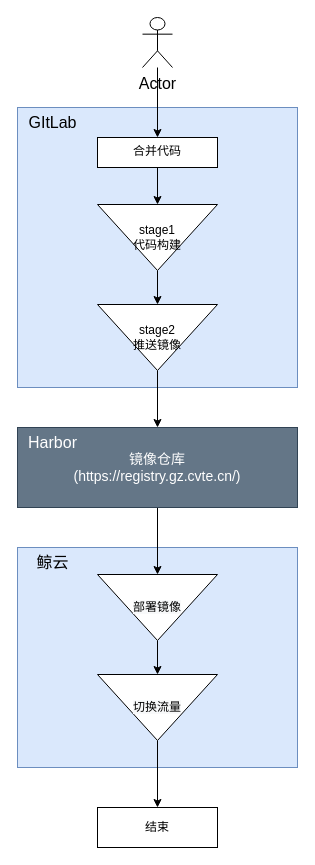
This is Untitled Diagram.drawio from SikyChen/diagrams, a draw.io file, before an edit. Source tidied: cells renumbered, new cells numbered last; positions are measured from the earlier drawing's top-left corner, leaving out a move shared by most shapes. Both pictures are drawn from the tidied source at 100%, with x=0, y=0 at pixel (17, 17).
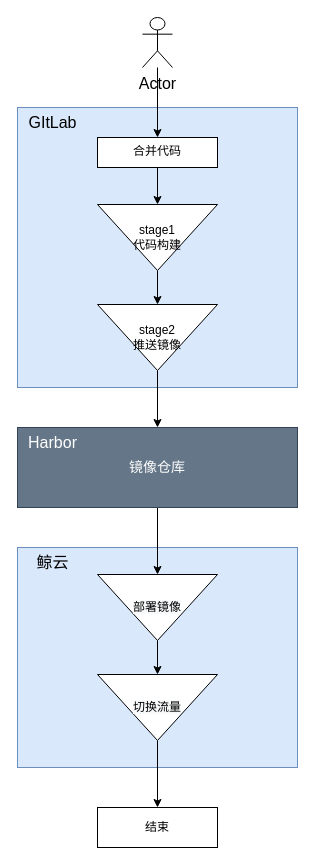
The same diagram, later.

Commit message (it also covers changes not shown here):
add: Gitlab ci deploy flow

Diff of the diagram source:
```diff
@@
-    <mxCell id="12" value="镜像仓库&lt;br&gt;(https://registry.gz.cvte.cn/)" style="whiteSpace=wrap;html=1;fillColor=#647687;strokeColor=#314354;fontColor=#ffffff;fontSize=14;" parent="1" vertex="1">
+    <mxCell id="12" value="镜像仓库" style="whiteSpace=wrap;html=1;fillColor=#647687;strokeColor=#314354;fontColor=#ffffff;fontSize=14;" parent="1" vertex="1">
       <mxGeometry y="410" width="280" height="80" as="geometry" />
     </mxCell>
```
